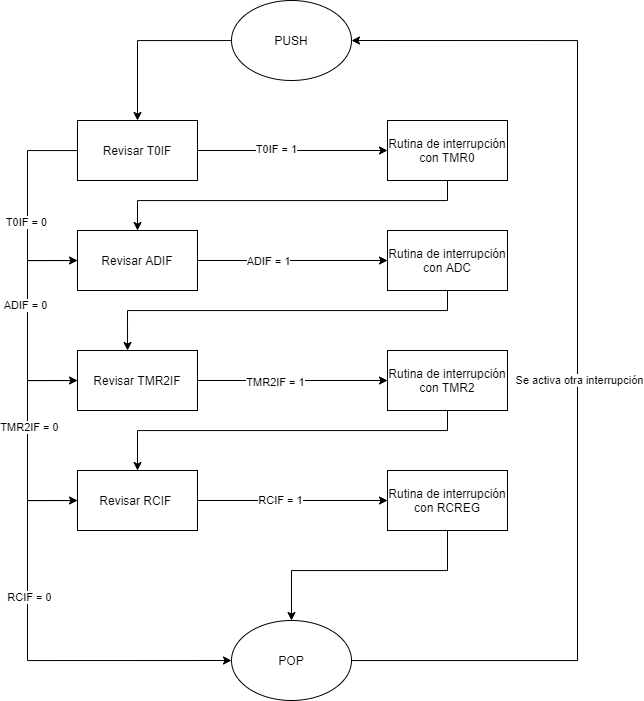
The draw.io diagram Diagrama general proyecto.png in gil19443/Progra_de_micros, before a commit. Source tidied: cells renumbered, new cells last; positions are measured from the earlier drawing's top-left corner, leaving out a move shared by most shapes.
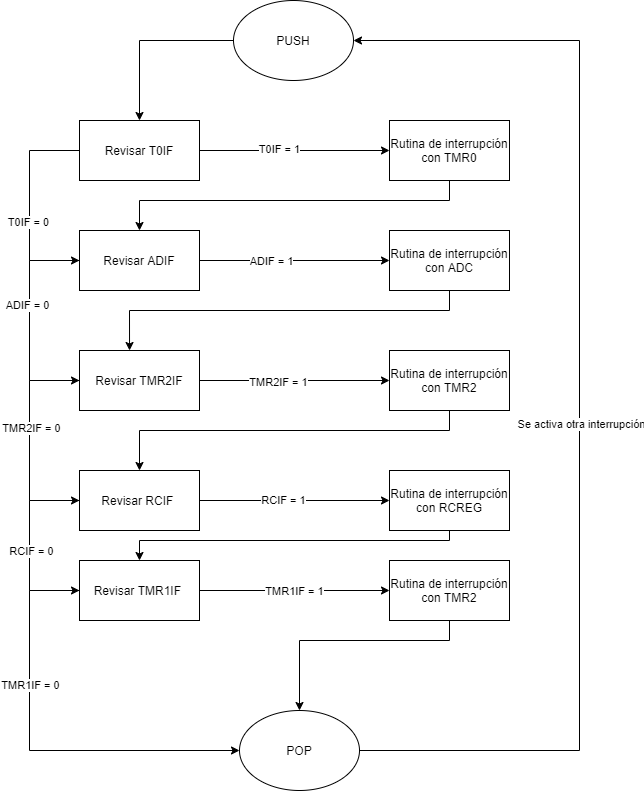
The same file after the commit.

What changed in the source:
```diff
@@ -11,7 +11,7 @@
     <mxCell id="4" style="edgeStyle=orthogonalEdgeStyle;rounded=0;jettySize=auto;html=1;entryX=1;entryY=0.5;entryDx=0;entryDy=0;" parent="1" edge="1" source="6" target="3">
       <mxGeometry relative="1" as="geometry">
         <Array as="points">
-          <mxPoint x="550" y="660" />
+          <mxPoint x="550" y="750" />
           <mxPoint x="550" y="40" />
         </Array>
       </mxGeometry>
@@ -20,7 +20,7 @@
       <mxGeometry x="-0.05" y="-1" relative="1" as="geometry" />
     </mxCell>
     <mxCell id="6" value="POP" style="ellipse;whiteSpace=wrap;html=1;" parent="1" vertex="1">
-      <mxGeometry x="204" y="620" width="120" height="80" as="geometry" />
+      <mxGeometry x="210" y="710" width="120" height="80" as="geometry" />
     </mxCell>
     <mxCell id="7" style="edgeStyle=orthogonalEdgeStyle;rounded=0;jettySize=auto;html=1;entryX=0;entryY=0.5;entryDx=0;entryDy=0;" parent="1" edge="1" source="11" target="13">
       <mxGeometry relative="1" as="geometry" />
@@ -121,30 +121,65 @@
     <mxCell id="29" value="RCIF = 1" style="edgeLabel;html=1;align=center;verticalAlign=middle;" parent="28" vertex="1">
       <mxGeometry x="-0.13" y="1" relative="1" as="geometry" />
     </mxCell>
-    <mxCell id="30" style="edgeStyle=orthogonalEdgeStyle;rounded=0;jettySize=auto;html=1;entryX=0;entryY=0.5;entryDx=0;entryDy=0;" parent="1" edge="1" source="32" target="6">
+    <mxCell id="30" style="edgeStyle=orthogonalEdgeStyle;rounded=0;jettySize=auto;html=1;entryX=0;entryY=0.5;entryDx=0;entryDy=0;" parent="1" edge="1" source="32" target="39">
       <mxGeometry relative="1" as="geometry">
         <Array as="points">
           <mxPoint y="500" />
-          <mxPoint y="660" />
+          <mxPoint y="590" />
         </Array>
       </mxGeometry>
     </mxCell>
     <mxCell id="31" value="RCIF = 0" style="edgeLabel;html=1;align=center;verticalAlign=middle;" parent="30" vertex="1">
-      <mxGeometry x="-0.3" y="1" relative="1" as="geometry" />
+      <mxGeometry x="-0.3" y="1" relative="1" as="geometry">
+        <mxPoint y="33" as="offset" />
+      </mxGeometry>
     </mxCell>
     <mxCell id="32" value="Revisar RCIF&amp;nbsp;" style="rounded=0;whiteSpace=wrap;html=1;" parent="1" vertex="1">
       <mxGeometry x="50" y="470" width="120" height="60" as="geometry" />
     </mxCell>
-    <mxCell id="33" style="edgeStyle=orthogonalEdgeStyle;rounded=0;jettySize=auto;html=1;entryX=0.5;entryY=0;entryDx=0;entryDy=0;" parent="1" edge="1" source="34" target="6">
+    <mxCell id="33" style="edgeStyle=orthogonalEdgeStyle;rounded=0;jettySize=auto;html=1;entryX=0.5;entryY=0;entryDx=0;entryDy=0;" parent="1" edge="1" source="34" target="39">
       <mxGeometry relative="1" as="geometry">
         <Array as="points">
-          <mxPoint x="420" y="570" />
-          <mxPoint x="264" y="570" />
+          <mxPoint x="420" y="540" />
+          <mxPoint x="110" y="540" />
         </Array>
       </mxGeometry>
     </mxCell>
     <mxCell id="34" value="&lt;span&gt;Rutina de interrupción con RCREG&lt;/span&gt;" style="rounded=0;whiteSpace=wrap;html=1;" parent="1" vertex="1">
       <mxGeometry x="360" y="470" width="120" height="60" as="geometry" />
     </mxCell>
+    <mxCell id="35" style="edgeStyle=orthogonalEdgeStyle;rounded=0;jettySize=auto;html=1;entryX=0;entryY=0.5;entryDx=0;entryDy=0;" parent="1" edge="1" source="39" target="41">
+      <mxGeometry relative="1" as="geometry" />
+    </mxCell>
+    <mxCell id="36" value="TMR1IF = 1" style="edgeLabel;html=1;align=center;verticalAlign=middle;" parent="35" vertex="1">
+      <mxGeometry x="0.22" y="1" relative="1" as="geometry">
+        <mxPoint x="-22" y="1" as="offset" />
+      </mxGeometry>
+    </mxCell>
+    <mxCell id="37" style="edgeStyle=orthogonalEdgeStyle;rounded=0;jettySize=auto;html=1;entryX=0;entryY=0.5;entryDx=0;entryDy=0;" parent="1" edge="1" source="39" target="6">
+      <mxGeometry relative="1" as="geometry">
+        <Array as="points">
+          <mxPoint y="590" />
+          <mxPoint y="750" />
+        </Array>
+      </mxGeometry>
+    </mxCell>
+    <mxCell id="38" value="TMR1IF = 0" style="edgeLabel;html=1;align=center;verticalAlign=middle;" parent="37" vertex="1">
+      <mxGeometry x="-0.31" relative="1" as="geometry" />
+    </mxCell>
+    <mxCell id="39" value="Revisar TMR1IF&amp;nbsp;" style="rounded=0;whiteSpace=wrap;html=1;" parent="1" vertex="1">
+      <mxGeometry x="50" y="560" width="120" height="60" as="geometry" />
+    </mxCell>
+    <mxCell id="40" style="edgeStyle=orthogonalEdgeStyle;rounded=0;jettySize=auto;html=1;entryX=0.5;entryY=0;entryDx=0;entryDy=0;" parent="1" edge="1" source="41" target="6">
+      <mxGeometry relative="1" as="geometry">
+        <Array as="points">
+          <mxPoint x="420" y="640" />
+          <mxPoint x="270" y="640" />
+        </Array>
+      </mxGeometry>
+    </mxCell>
+    <mxCell id="41" value="&lt;span&gt;Rutina de interrupción con TMR2&lt;/span&gt;" style="rounded=0;whiteSpace=wrap;html=1;" parent="1" vertex="1">
+      <mxGeometry x="360" y="560" width="120" height="60" as="geometry" />
+    </mxCell>
   </root>
 </mxGraphModel>
```
